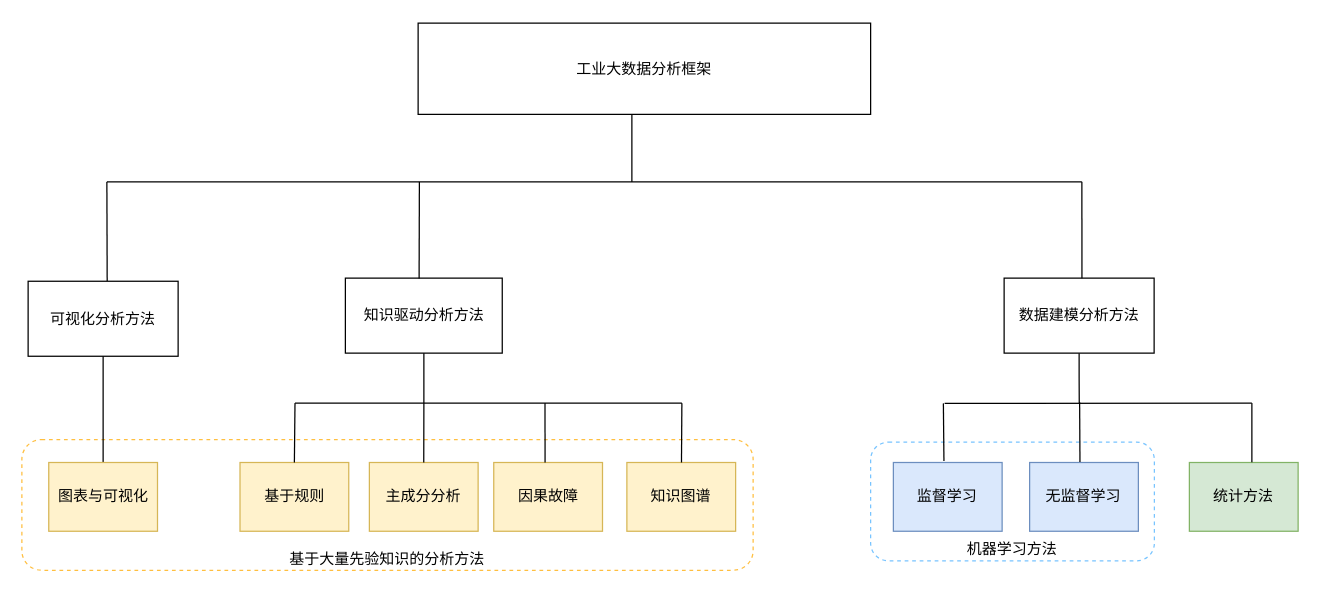
jkjam7/techniques keeps this draw.io diagram as images/未命名绘图.drawio.xml. Above is the earlier version. Source tidied: cells renumbered, new cells numbered last; positions are measured from the earlier drawing's top-left corner, leaving out a move shared by most shapes. Both pictures are drawn from the tidied source at 125%, with x=0, y=0 at pixel (21, 22).
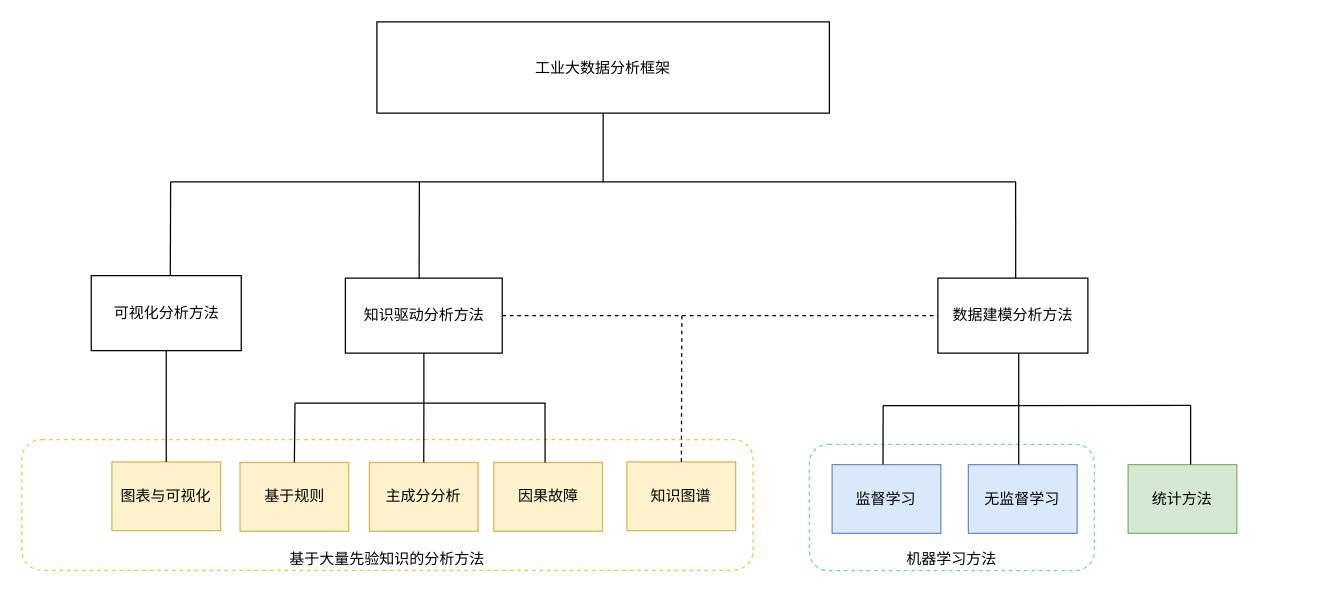
The same page after the edit.

Commit message:
更新未命名绘图.drawio.xml

The change refers to these unchanged cells:
```xml
<mxCell id="7" value="知识驱动分析方法" style="rounded=0;whiteSpace=wrap;html=1;" parent="1" vertex="1">
  <mxGeometry x="258.8" y="204" width="125.5" height="60" as="geometry" />
</mxCell>
```

Change to the diagram source:
```diff
@@
     <mxCell id="3" value="机器学习方法" style="rounded=1;whiteSpace=wrap;html=1;verticalAlign=bottom;dashed=1;strokeColor=#78C4FF;" parent="1" vertex="1">
-      <mxGeometry x="679" y="335.2" width="227" height="95" as="geometry" />
+      <mxGeometry x="630" y="337" width="228" height="101" as="geometry" />
     </mxCell>
     <mxCell id="4" value="可视化分析方法" style="rounded=0;whiteSpace=wrap;html=1;" parent="1" vertex="1">
-      <mxGeometry x="5" y="206.5" width="120" height="60" as="geometry" />
+      <mxGeometry x="55.5" y="202" width="120" height="60" as="geometry" />
     </mxCell>
-    <mxCell id="5" style="edgeStyle=orthogonalEdgeStyle;rounded=0;jettySize=auto;html=1;exitX=0.5;exitY=1;exitDx=0;exitDy=0;endArrow=none;endFill=0;" parent="1" edge="1" source="6">
-      <mxGeometry relative="1" as="geometry">
-        <mxPoint x="845.9" y="304" as="targetPoint" />
-      </mxGeometry>
-    </mxCell>
     <mxCell id="6" value="数据建模分析方法" style="rounded=0;whiteSpace=wrap;html=1;" parent="1" vertex="1">
-      <mxGeometry x="785.8" y="204" width="120" height="60" as="geometry" />
+      <mxGeometry x="732.8" y="204" width="120" height="60" as="geometry" />
     </mxCell>
@@
-    <mxCell id="8" style="edgeStyle=orthogonalEdgeStyle;rounded=0;jettySize=auto;html=1;endArrow=none;endFill=0;" parent="1" edge="1" source="4">
-      <mxGeometry relative="1" as="geometry">
-        <mxPoint x="52.8" y="356.5" as="targetPoint" />
-        <Array as="points">
-          <mxPoint x="65" y="357" />
-        </Array>
-      </mxGeometry>
-    </mxCell>
@@
     <mxCell id="10" style="endArrow=none;html=1;rounded=0;" parent="1" edge="1">
       <mxGeometry relative="1" as="geometry">
         <mxPoint x="218.5" y="304" as="sourcePoint" />
-        <mxPoint x="528" y="304" as="targetPoint" />
+        <mxPoint x="419" y="304" as="targetPoint" />
       </mxGeometry>
     </mxCell>
@@
     <mxCell id="16" value="监督学习" style="rounded=0;whiteSpace=wrap;html=1;fillColor=#dae8fc;strokeColor=#6c8ebf;" parent="1" vertex="1">
-      <mxGeometry x="697.2" y="351.5" width="87" height="55" as="geometry" />
+      <mxGeometry x="648.2" y="353.2" width="87" height="55" as="geometry" />
     </mxCell>
     <mxCell id="17" value="无监督学习" style="rounded=0;whiteSpace=wrap;html=1;fillColor=#dae8fc;strokeColor=#6c8ebf;horizontal=1;verticalAlign=middle;rotation=0;" parent="1" vertex="1">
-      <mxGeometry x="806.2" y="351.5" width="87" height="55" as="geometry" />
+      <mxGeometry x="757.2" y="353.2" width="87" height="55" as="geometry" />
     </mxCell>
     <mxCell id="18" value="统计方法" style="rounded=0;whiteSpace=wrap;html=1;fillColor=#d5e8d4;strokeColor=#82b366;" parent="1" vertex="1">
-      <mxGeometry x="934" y="351.5" width="87" height="55" as="geometry" />
+      <mxGeometry x="885" y="353.2" width="87" height="55" as="geometry" />
     </mxCell>
     <mxCell id="19" style="endArrow=none;html=1;rounded=0;" parent="1" edge="1">
       <mxGeometry relative="1" as="geometry">
-        <mxPoint x="738.2" y="304.2" as="sourcePoint" />
-        <mxPoint x="984" y="304" as="targetPoint" />
+        <mxPoint x="689" y="306" as="sourcePoint" />
+        <mxPoint x="935" y="305.8" as="targetPoint" />
       </mxGeometry>
     </mxCell>
-    <mxCell id="20" style="endArrow=none;html=1;rounded=0;exitX=0.465;exitY=-0.021;exitDx=0;exitDy=0;exitPerimeter=0;" parent="1" edge="1" source="16">
+    <mxCell id="20" style="endArrow=none;html=1;rounded=0;exitX=0.468;exitY=-0.005;exitDx=0;exitDy=0;exitPerimeter=0;" parent="1" edge="1" source="16">
       <mxGeometry relative="1" as="geometry">
-        <mxPoint x="737.2" y="304.2" as="targetPoint" />
+        <mxPoint x="689" y="306" as="targetPoint" />
       </mxGeometry>
     </mxCell>
-    <mxCell id="21" style="endArrow=none;html=1;rounded=0;exitX=0.463;exitY=-0.007;exitDx=0;exitDy=0;exitPerimeter=0;" parent="1" edge="1" source="17">
-      <mxGeometry relative="1" as="geometry">
-        <mxPoint x="846.2" y="303.2" as="targetPoint" />
-      </mxGeometry>
+    <mxCell id="21" style="endArrow=none;html=1;rounded=0;exitX=0.463;exitY=-0.007;exitDx=0;exitDy=0;exitPerimeter=0;entryX=0.539;entryY=1.009;entryDx=0;entryDy=0;entryPerimeter=0;" parent="1" edge="1" source="17" target="6">
+      <mxGeometry relative="1" as="geometry" />
     </mxCell>
     <mxCell id="22" style="endArrow=none;html=1;rounded=0;exitX=0.575;exitY=-0.002;exitDx=0;exitDy=0;exitPerimeter=0;" parent="1" edge="1" source="18">
       <mxGeometry relative="1" as="geometry">
-        <mxPoint x="984" y="304" as="targetPoint" />
+        <mxPoint x="935" y="305.8" as="targetPoint" />
         <Array as="points">
-          <mxPoint x="984" y="304" />
+          <mxPoint x="935" y="305.8" />
         </Array>
       </mxGeometry>
     </mxCell>
     <mxCell id="23" value="工业大数据分析框架" style="rounded=0;whiteSpace=wrap;html=1;" parent="1" vertex="1">
-      <mxGeometry x="317" width="362" height="73" as="geometry" />
+      <mxGeometry x="284" y="-1" width="362" height="73" as="geometry" />
     </mxCell>
     <mxCell id="24" value="图表与可视化" style="rounded=0;whiteSpace=wrap;html=1;fillColor=#fff2cc;strokeColor=#d6b656;" parent="1" vertex="1">
-      <mxGeometry x="21.5" y="351.5" width="87" height="55" as="geometry" />
+      <mxGeometry x="72" y="351" width="87" height="55" as="geometry" />
     </mxCell>
     <mxCell id="25" value="知识图谱" style="rounded=0;whiteSpace=wrap;html=1;fillColor=#fff2cc;strokeColor=#d6b656;" parent="1" vertex="1">
-      <mxGeometry x="484" y="351.5" width="87" height="55" as="geometry" />
+      <mxGeometry x="484" y="351" width="87" height="55" as="geometry" />
     </mxCell>
     <mxCell id="26" style="endArrow=none;html=1;rounded=0;" parent="1" edge="1">
       <mxGeometry relative="1" as="geometry">
-        <mxPoint x="68" y="127" as="sourcePoint" />
-        <mxPoint x="848" y="127" as="targetPoint" />
+        <mxPoint x="119" y="127" as="sourcePoint" />
+        <mxPoint x="795" y="127" as="targetPoint" />
       </mxGeometry>
     </mxCell>
-    <mxCell id="27" style="endArrow=none;html=1;rounded=0;" parent="1" edge="1">
+    <mxCell id="27" style="endArrow=none;html=1;rounded=0;entryX=0.5;entryY=1;entryDx=0;entryDy=0;" parent="1" edge="1" target="23">
       <mxGeometry relative="1" as="geometry">
-        <mxPoint x="488" y="127" as="sourcePoint" />
-        <mxPoint x="488" y="73" as="targetPoint" />
+        <mxPoint x="465" y="127" as="sourcePoint" />
       </mxGeometry>
     </mxCell>
     <mxCell id="28" style="endArrow=none;html=1;rounded=0;exitX=0.527;exitY=-0.003;exitDx=0;exitDy=0;exitPerimeter=0;" parent="1" edge="1" source="4">
       <mxGeometry relative="1" as="geometry">
-        <mxPoint x="68" y="127" as="targetPoint" />
+        <mxPoint x="119" y="127" as="targetPoint" />
       </mxGeometry>
     </mxCell>
-    <mxCell id="29" style="endArrow=none;html=1;rounded=0;" parent="1" edge="1" source="25">
+    <mxCell id="29" style="endArrow=none;html=1;rounded=0;dashed=1;" parent="1" edge="1" source="25">
       <mxGeometry relative="1" as="geometry">
-        <mxPoint x="528" y="304" as="targetPoint" />
+        <mxPoint x="528" y="234" as="targetPoint" />
       </mxGeometry>
     </mxCell>
@@
     <mxCell id="31" style="endArrow=none;html=1;rounded=0;exitX=0.519;exitY=0.003;exitDx=0;exitDy=0;exitPerimeter=0;" parent="1" edge="1" source="6">
       <mxGeometry relative="1" as="geometry">
-        <mxPoint x="848" y="127" as="targetPoint" />
+        <mxPoint x="795" y="127" as="targetPoint" />
+        <Array as="points">
+          <mxPoint x="795" y="127" />
+        </Array>
       </mxGeometry>
     </mxCell>
+    <mxCell id="32" style="endArrow=none;html=1;rounded=0;entryX=0;entryY=0.5;entryDx=0;entryDy=0;exitX=1;exitY=0.5;exitDx=0;exitDy=0;dashed=1;" parent="1" edge="1" source="7" target="6">
+      <mxGeometry relative="1" as="geometry" />
+    </mxCell>
+    <mxCell id="33" style="endArrow=none;html=1;rounded=0;exitX=0.5;exitY=0;exitDx=0;exitDy=0;entryX=0.5;entryY=1;entryDx=0;entryDy=0;" parent="1" edge="1" source="24" target="4">
+      <mxGeometry relative="1" as="geometry" />
+    </mxCell>
```
